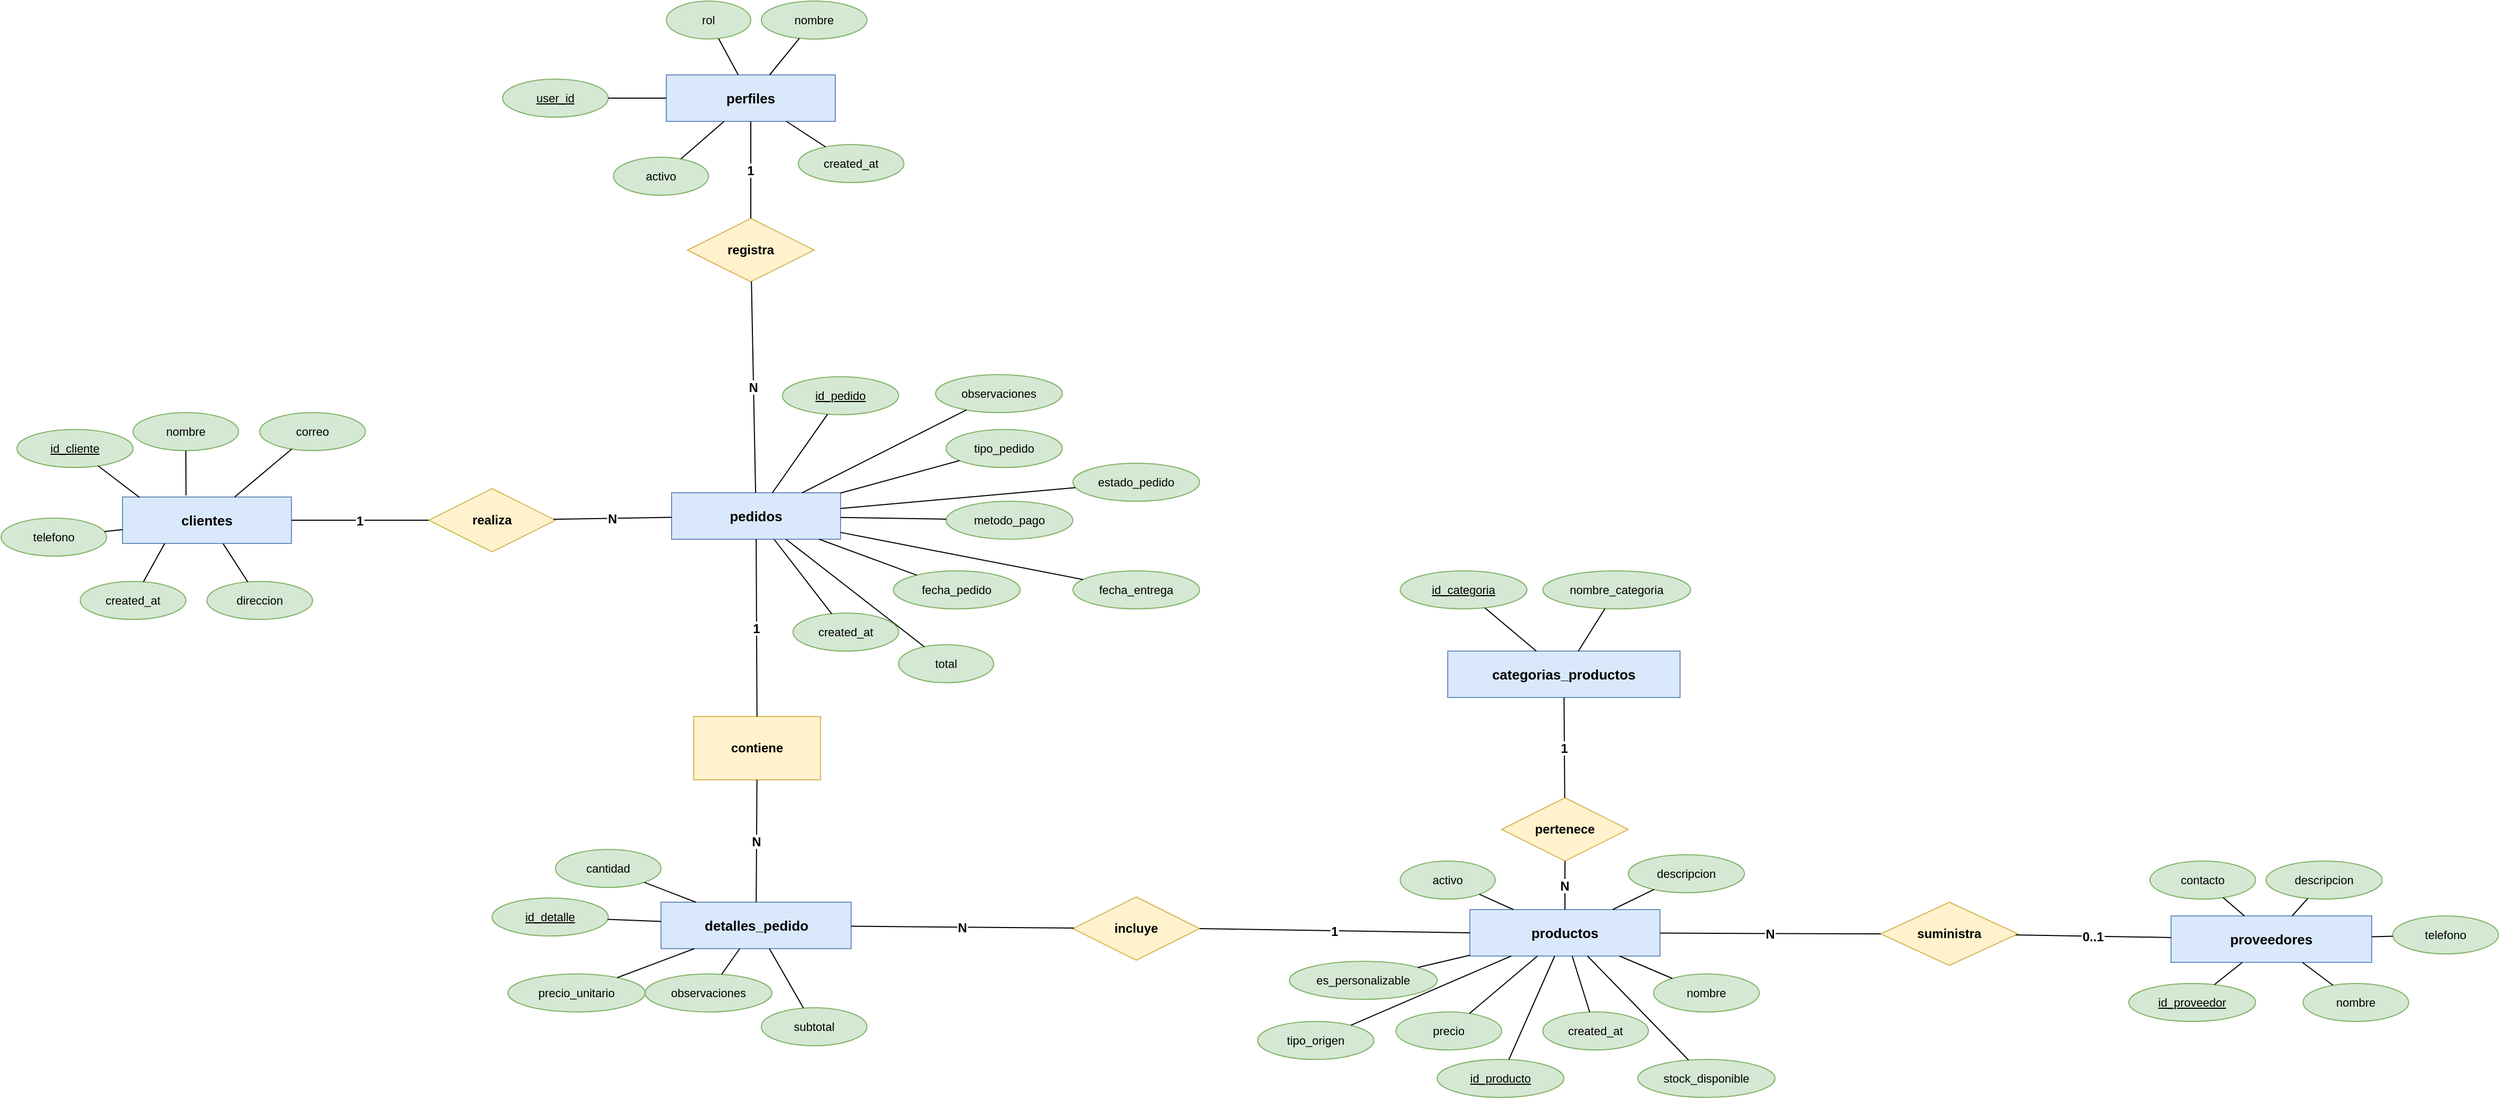
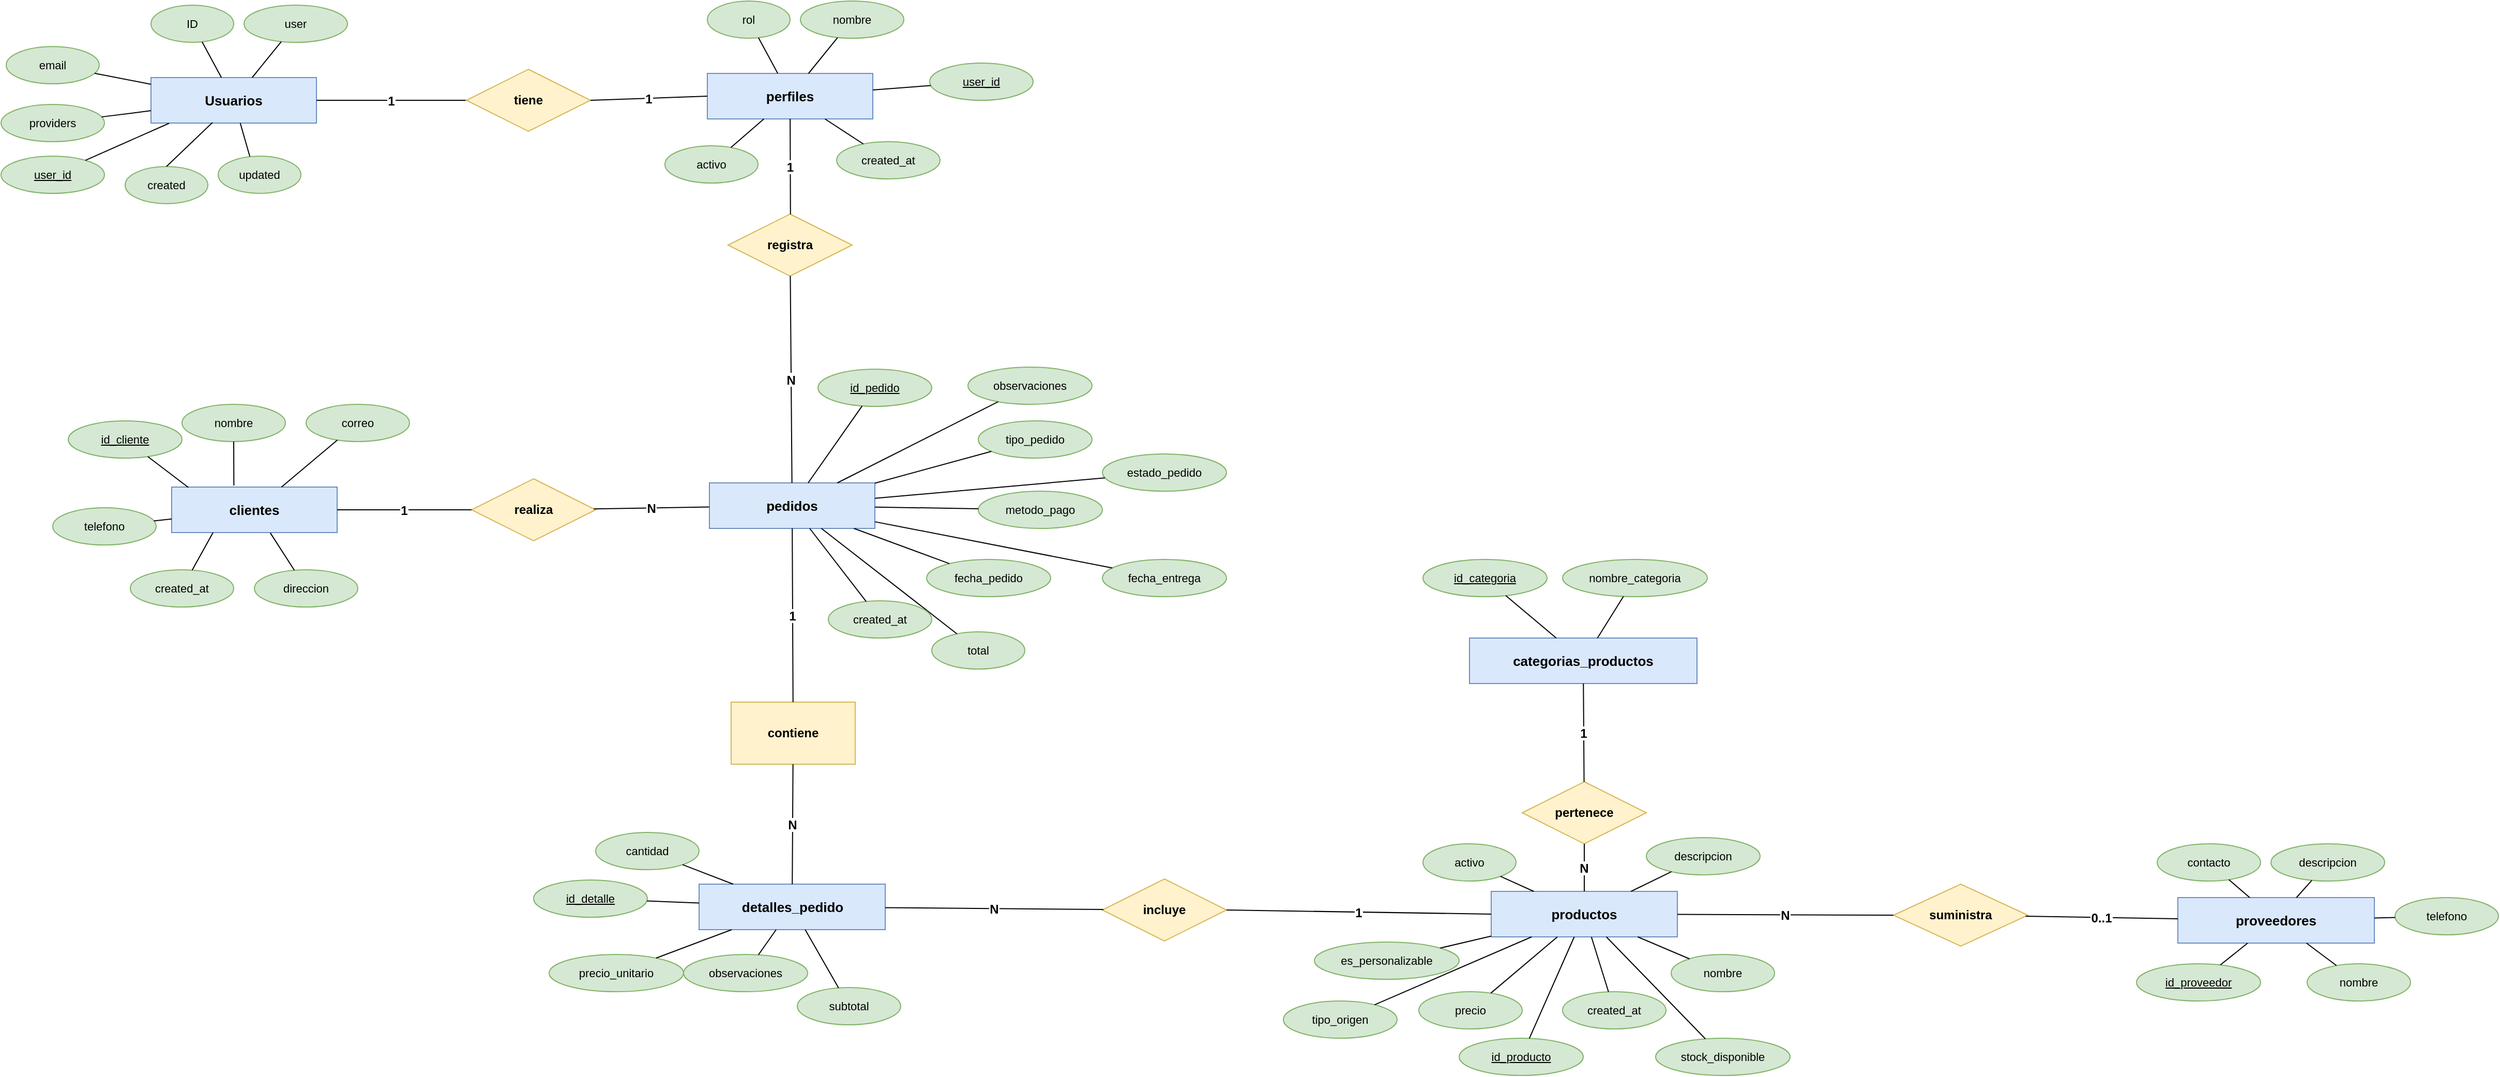
<mxfile host="app.diagrams.net">
  <diagram name="Page-1" id="4TEUIhRNuxxdLAhBHsUq">
-     <mxGraphModel dx="1162" dy="490" grid="1" gridSize="10" guides="1" tooltips="1" connect="1" arrows="1" fold="1" page="1" pageScale="1" pageWidth="850" pageHeight="1100" math="0" shadow="0">
+     <mxGraphModel dx="2429" dy="1025" grid="1" gridSize="10" guides="1" tooltips="1" connect="1" arrows="1" fold="1" page="1" pageScale="1" pageWidth="850" pageHeight="1100" math="0" shadow="0">
      <root>
        <mxCell id="0" />
        <mxCell id="1" parent="0" />
        <mxCell id="g56VIgIW9YPAZs1RWv-3-1" parent="1" style="shape=mxgraph.erd.entity;whiteSpace=wrap;html=1;fillColor=#dae8fc;strokeColor=#6c8ebf;fontSize=13;fontStyle=1;" value="categorias_productos" vertex="1">
          <mxGeometry height="44" width="220" x="1980" y="1026" as="geometry" />
        </mxCell>
        <mxCell id="g56VIgIW9YPAZs1RWv-3-2" parent="1" style="ellipse;whiteSpace=wrap;html=1;fillColor=#d5e8d4;strokeColor=#82b366;fontSize=11;fontStyle=4;" value="id_categoria" vertex="1">
          <mxGeometry height="36" width="120" x="1935" y="950" as="geometry" />
        </mxCell>
        <mxCell id="g56VIgIW9YPAZs1RWv-3-3" edge="1" parent="1" source="g56VIgIW9YPAZs1RWv-3-1" style="endArrow=none;endFill=0;" target="g56VIgIW9YPAZs1RWv-3-2">
          <mxGeometry relative="1" as="geometry" />
        </mxCell>
        <mxCell id="g56VIgIW9YPAZs1RWv-3-4" parent="1" style="ellipse;whiteSpace=wrap;html=1;fillColor=#d5e8d4;strokeColor=#82b366;fontSize=11;" value="nombre_categoria" vertex="1">
          <mxGeometry height="36" width="140" x="2070" y="950" as="geometry" />
        </mxCell>
        <mxCell id="g56VIgIW9YPAZs1RWv-3-5" edge="1" parent="1" source="g56VIgIW9YPAZs1RWv-3-1" style="endArrow=none;endFill=0;" target="g56VIgIW9YPAZs1RWv-3-4">
          <mxGeometry relative="1" as="geometry" />
        </mxCell>
        <mxCell id="g56VIgIW9YPAZs1RWv-3-6" parent="1" style="shape=mxgraph.erd.entity;whiteSpace=wrap;html=1;fillColor=#dae8fc;strokeColor=#6c8ebf;fontSize=13;fontStyle=1;" value="proveedores" vertex="1">
          <mxGeometry height="44" width="190" x="2665" y="1277" as="geometry" />
        </mxCell>
        <mxCell id="g56VIgIW9YPAZs1RWv-3-7" parent="1" style="ellipse;whiteSpace=wrap;html=1;fillColor=#d5e8d4;strokeColor=#82b366;fontSize=11;fontStyle=4;" value="id_proveedor" vertex="1">
          <mxGeometry height="36" width="120" x="2625" y="1341" as="geometry" />
        </mxCell>
        <mxCell id="g56VIgIW9YPAZs1RWv-3-8" edge="1" parent="1" source="g56VIgIW9YPAZs1RWv-3-6" style="endArrow=none;endFill=0;" target="g56VIgIW9YPAZs1RWv-3-7">
          <mxGeometry relative="1" as="geometry" />
        </mxCell>
        <mxCell id="g56VIgIW9YPAZs1RWv-3-9" parent="1" style="ellipse;whiteSpace=wrap;html=1;fillColor=#d5e8d4;strokeColor=#82b366;fontSize=11;" value="nombre" vertex="1">
          <mxGeometry height="36" width="100" x="2790" y="1341" as="geometry" />
        </mxCell>
        <mxCell id="g56VIgIW9YPAZs1RWv-3-10" edge="1" parent="1" source="g56VIgIW9YPAZs1RWv-3-6" style="endArrow=none;endFill=0;" target="g56VIgIW9YPAZs1RWv-3-9">
          <mxGeometry relative="1" as="geometry" />
        </mxCell>
        <mxCell id="g56VIgIW9YPAZs1RWv-3-11" parent="1" style="ellipse;whiteSpace=wrap;html=1;fillColor=#d5e8d4;strokeColor=#82b366;fontSize=11;" value="telefono" vertex="1">
          <mxGeometry height="36" width="100" x="2875" y="1277" as="geometry" />
        </mxCell>
        <mxCell id="g56VIgIW9YPAZs1RWv-3-12" edge="1" parent="1" source="g56VIgIW9YPAZs1RWv-3-6" style="endArrow=none;endFill=0;" target="g56VIgIW9YPAZs1RWv-3-11">
          <mxGeometry relative="1" as="geometry" />
        </mxCell>
        <mxCell id="g56VIgIW9YPAZs1RWv-3-13" parent="1" style="ellipse;whiteSpace=wrap;html=1;fillColor=#d5e8d4;strokeColor=#82b366;fontSize=11;" value="contacto" vertex="1">
          <mxGeometry height="36" width="100" x="2645" y="1225" as="geometry" />
        </mxCell>
        <mxCell id="g56VIgIW9YPAZs1RWv-3-14" edge="1" parent="1" source="g56VIgIW9YPAZs1RWv-3-6" style="endArrow=none;endFill=0;" target="g56VIgIW9YPAZs1RWv-3-13">
          <mxGeometry relative="1" as="geometry" />
        </mxCell>
        <mxCell id="g56VIgIW9YPAZs1RWv-3-15" parent="1" style="ellipse;whiteSpace=wrap;html=1;fillColor=#d5e8d4;strokeColor=#82b366;fontSize=11;" value="descripcion" vertex="1">
          <mxGeometry height="36" width="110" x="2755" y="1225" as="geometry" />
        </mxCell>
        <mxCell id="g56VIgIW9YPAZs1RWv-3-16" edge="1" parent="1" source="g56VIgIW9YPAZs1RWv-3-6" style="endArrow=none;endFill=0;" target="g56VIgIW9YPAZs1RWv-3-15">
          <mxGeometry relative="1" as="geometry" />
        </mxCell>
        <mxCell id="g56VIgIW9YPAZs1RWv-3-17" parent="1" style="shape=mxgraph.erd.entity;whiteSpace=wrap;html=1;fillColor=#dae8fc;strokeColor=#6c8ebf;fontSize=13;fontStyle=1;" value="productos" vertex="1">
          <mxGeometry height="44" width="180" x="2001" y="1271" as="geometry" />
        </mxCell>
        <mxCell id="g56VIgIW9YPAZs1RWv-3-18" parent="1" style="ellipse;whiteSpace=wrap;html=1;fillColor=#d5e8d4;strokeColor=#82b366;fontSize=11;fontStyle=4;" value="id_producto" vertex="1">
          <mxGeometry height="36" width="120" x="1970" y="1413" as="geometry" />
        </mxCell>
        <mxCell id="g56VIgIW9YPAZs1RWv-3-19" edge="1" parent="1" source="g56VIgIW9YPAZs1RWv-3-17" style="endArrow=none;endFill=0;" target="g56VIgIW9YPAZs1RWv-3-18">
          <mxGeometry relative="1" as="geometry" />
        </mxCell>
        <mxCell id="g56VIgIW9YPAZs1RWv-3-20" parent="1" style="ellipse;whiteSpace=wrap;html=1;fillColor=#d5e8d4;strokeColor=#82b366;fontSize=11;" value="nombre" vertex="1">
          <mxGeometry height="36" width="100" x="2175" y="1332" as="geometry" />
        </mxCell>
        <mxCell id="g56VIgIW9YPAZs1RWv-3-21" edge="1" parent="1" source="g56VIgIW9YPAZs1RWv-3-17" style="endArrow=none;endFill=0;" target="g56VIgIW9YPAZs1RWv-3-20">
          <mxGeometry relative="1" as="geometry" />
        </mxCell>
        <mxCell id="g56VIgIW9YPAZs1RWv-3-22" parent="1" style="ellipse;whiteSpace=wrap;html=1;fillColor=#d5e8d4;strokeColor=#82b366;fontSize=11;" value="precio" vertex="1">
          <mxGeometry height="36" width="100" x="1931" y="1368" as="geometry" />
        </mxCell>
        <mxCell id="g56VIgIW9YPAZs1RWv-3-23" edge="1" parent="1" source="g56VIgIW9YPAZs1RWv-3-17" style="endArrow=none;endFill=0;" target="g56VIgIW9YPAZs1RWv-3-22">
          <mxGeometry relative="1" as="geometry" />
        </mxCell>
        <mxCell id="g56VIgIW9YPAZs1RWv-3-24" parent="1" style="ellipse;whiteSpace=wrap;html=1;fillColor=#d5e8d4;strokeColor=#82b366;fontSize=11;" value="descripcion" vertex="1">
          <mxGeometry height="36" width="110" x="2151" y="1219" as="geometry" />
        </mxCell>
        <mxCell id="g56VIgIW9YPAZs1RWv-3-25" edge="1" parent="1" source="g56VIgIW9YPAZs1RWv-3-17" style="endArrow=none;endFill=0;" target="g56VIgIW9YPAZs1RWv-3-24">
          <mxGeometry relative="1" as="geometry">
            <mxPoint x="2285" y="1225" as="targetPoint" />
          </mxGeometry>
        </mxCell>
        <mxCell id="g56VIgIW9YPAZs1RWv-3-26" parent="1" style="ellipse;whiteSpace=wrap;html=1;fillColor=#d5e8d4;strokeColor=#82b366;fontSize=11;" value="stock_disponible" vertex="1">
          <mxGeometry height="36" width="130" x="2160" y="1413" as="geometry" />
        </mxCell>
        <mxCell id="g56VIgIW9YPAZs1RWv-3-27" edge="1" parent="1" source="g56VIgIW9YPAZs1RWv-3-17" style="endArrow=none;endFill=0;" target="g56VIgIW9YPAZs1RWv-3-26">
          <mxGeometry relative="1" as="geometry" />
        </mxCell>
        <mxCell id="g56VIgIW9YPAZs1RWv-3-28" parent="1" style="ellipse;whiteSpace=wrap;html=1;fillColor=#d5e8d4;strokeColor=#82b366;fontSize=11;" value="tipo_origen" vertex="1">
          <mxGeometry height="36" width="110" x="1800" y="1377" as="geometry" />
        </mxCell>
        <mxCell id="g56VIgIW9YPAZs1RWv-3-29" edge="1" parent="1" source="g56VIgIW9YPAZs1RWv-3-17" style="endArrow=none;endFill=0;" target="g56VIgIW9YPAZs1RWv-3-28">
          <mxGeometry relative="1" as="geometry" />
        </mxCell>
        <mxCell id="g56VIgIW9YPAZs1RWv-3-30" parent="1" style="ellipse;whiteSpace=wrap;html=1;fillColor=#d5e8d4;strokeColor=#82b366;fontSize=11;" value="es_personalizable" vertex="1">
          <mxGeometry height="36" width="140" x="1830" y="1320" as="geometry" />
        </mxCell>
        <mxCell id="g56VIgIW9YPAZs1RWv-3-31" edge="1" parent="1" source="g56VIgIW9YPAZs1RWv-3-17" style="endArrow=none;endFill=0;" target="g56VIgIW9YPAZs1RWv-3-30">
          <mxGeometry relative="1" as="geometry" />
        </mxCell>
        <mxCell id="g56VIgIW9YPAZs1RWv-3-32" parent="1" style="ellipse;whiteSpace=wrap;html=1;fillColor=#d5e8d4;strokeColor=#82b366;fontSize=11;" value="activo" vertex="1">
          <mxGeometry height="36" width="90" x="1935" y="1225" as="geometry" />
        </mxCell>
        <mxCell id="g56VIgIW9YPAZs1RWv-3-33" edge="1" parent="1" source="g56VIgIW9YPAZs1RWv-3-17" style="endArrow=none;endFill=0;" target="g56VIgIW9YPAZs1RWv-3-32">
          <mxGeometry relative="1" as="geometry" />
        </mxCell>
        <mxCell id="g56VIgIW9YPAZs1RWv-3-34" parent="1" style="ellipse;whiteSpace=wrap;html=1;fillColor=#d5e8d4;strokeColor=#82b366;fontSize=11;" value="created_at" vertex="1">
          <mxGeometry height="36" width="100" x="2070" y="1368" as="geometry" />
        </mxCell>
        <mxCell id="g56VIgIW9YPAZs1RWv-3-35" edge="1" parent="1" source="g56VIgIW9YPAZs1RWv-3-17" style="endArrow=none;endFill=0;" target="g56VIgIW9YPAZs1RWv-3-34">
          <mxGeometry relative="1" as="geometry" />
        </mxCell>
        <mxCell id="g56VIgIW9YPAZs1RWv-3-36" parent="1" style="rhombus;whiteSpace=wrap;html=1;fillColor=#fff2cc;strokeColor=#d6b656;fontSize=12;fontStyle=1;" value="pertenece" vertex="1">
          <mxGeometry height="60" width="120" x="2031" y="1165" as="geometry" />
        </mxCell>
        <mxCell id="g56VIgIW9YPAZs1RWv-3-37" edge="1" parent="1" source="g56VIgIW9YPAZs1RWv-3-1" style="fontSize=12;fontStyle=1;endArrow=none;endFill=0;" target="g56VIgIW9YPAZs1RWv-3-36" value="1">
          <mxGeometry relative="1" as="geometry" />
        </mxCell>
        <mxCell id="g56VIgIW9YPAZs1RWv-3-38" edge="1" parent="1" source="g56VIgIW9YPAZs1RWv-3-36" style="fontSize=12;fontStyle=1;endArrow=none;endFill=0;" target="g56VIgIW9YPAZs1RWv-3-17" value="N">
          <mxGeometry relative="1" as="geometry" />
        </mxCell>
        <mxCell id="g56VIgIW9YPAZs1RWv-3-39" parent="1" style="rhombus;whiteSpace=wrap;html=1;fillColor=#fff2cc;strokeColor=#d6b656;fontSize=12;fontStyle=1;" value="suministra" vertex="1">
          <mxGeometry height="60" width="130" x="2390" y="1264" as="geometry" />
        </mxCell>
        <mxCell id="g56VIgIW9YPAZs1RWv-3-40" edge="1" parent="1" source="g56VIgIW9YPAZs1RWv-3-17" style="fontSize=12;fontStyle=1;endArrow=none;endFill=0;entryX=0;entryY=0.5;entryDx=0;entryDy=0;" target="g56VIgIW9YPAZs1RWv-3-39" value="N">
          <mxGeometry relative="1" as="geometry">
            <mxPoint x="2365" y="1289" as="targetPoint" />
          </mxGeometry>
        </mxCell>
        <mxCell id="g56VIgIW9YPAZs1RWv-3-41" edge="1" parent="1" source="g56VIgIW9YPAZs1RWv-3-39" style="fontSize=12;fontStyle=1;endArrow=none;endFill=0;" target="g56VIgIW9YPAZs1RWv-3-6" value="0..1">
          <mxGeometry relative="1" as="geometry" />
        </mxCell>
        <mxCell id="g56VIgIW9YPAZs1RWv-3-42" parent="1" style="shape=mxgraph.erd.entity;whiteSpace=wrap;html=1;fillColor=#dae8fc;strokeColor=#6c8ebf;fontSize=13;fontStyle=1;" value="clientes" vertex="1">
          <mxGeometry height="44" width="160" x="725" y="880" as="geometry" />
        </mxCell>
        <mxCell id="g56VIgIW9YPAZs1RWv-3-43" parent="1" style="ellipse;whiteSpace=wrap;html=1;fillColor=#d5e8d4;strokeColor=#82b366;fontSize=11;fontStyle=4;" value="id_cliente" vertex="1">
          <mxGeometry height="36" width="110" x="625" y="816" as="geometry" />
        </mxCell>
        <mxCell id="g56VIgIW9YPAZs1RWv-3-44" edge="1" parent="1" source="g56VIgIW9YPAZs1RWv-3-42" style="exitX=0.101;exitY=0.009;exitDx=0;exitDy=0;exitPerimeter=0;endArrow=none;endFill=0;" target="g56VIgIW9YPAZs1RWv-3-43">
          <mxGeometry relative="1" as="geometry" />
        </mxCell>
        <mxCell id="g56VIgIW9YPAZs1RWv-3-45" parent="1" style="ellipse;whiteSpace=wrap;html=1;fillColor=#d5e8d4;strokeColor=#82b366;fontSize=11;" value="nombre" vertex="1">
          <mxGeometry height="36" width="100" x="735" y="800" as="geometry" />
        </mxCell>
        <mxCell id="g56VIgIW9YPAZs1RWv-3-46" edge="1" parent="1" source="g56VIgIW9YPAZs1RWv-3-42" style="exitX=0.376;exitY=-0.035;exitDx=0;exitDy=0;exitPerimeter=0;endArrow=none;endFill=0;" target="g56VIgIW9YPAZs1RWv-3-45">
          <mxGeometry relative="1" as="geometry" />
        </mxCell>
        <mxCell id="g56VIgIW9YPAZs1RWv-3-47" parent="1" style="ellipse;whiteSpace=wrap;html=1;fillColor=#d5e8d4;strokeColor=#82b366;fontSize=11;" value="telefono" vertex="1">
          <mxGeometry height="36" width="100" x="610" y="900" as="geometry" />
        </mxCell>
        <mxCell id="g56VIgIW9YPAZs1RWv-3-48" edge="1" parent="1" source="g56VIgIW9YPAZs1RWv-3-42" style="endArrow=none;endFill=0;" target="g56VIgIW9YPAZs1RWv-3-47">
          <mxGeometry relative="1" as="geometry" />
        </mxCell>
        <mxCell id="g56VIgIW9YPAZs1RWv-3-49" parent="1" style="ellipse;whiteSpace=wrap;html=1;fillColor=#d5e8d4;strokeColor=#82b366;fontSize=11;" value="correo" vertex="1">
          <mxGeometry height="36" width="100" x="855" y="800" as="geometry" />
        </mxCell>
        <mxCell id="g56VIgIW9YPAZs1RWv-3-50" edge="1" parent="1" source="g56VIgIW9YPAZs1RWv-3-42" style="endArrow=none;endFill=0;" target="g56VIgIW9YPAZs1RWv-3-49">
          <mxGeometry relative="1" as="geometry" />
        </mxCell>
        <mxCell id="g56VIgIW9YPAZs1RWv-3-51" parent="1" style="ellipse;whiteSpace=wrap;html=1;fillColor=#d5e8d4;strokeColor=#82b366;fontSize=11;" value="direccion" vertex="1">
          <mxGeometry height="36" width="100" x="805" y="960" as="geometry" />
        </mxCell>
        <mxCell id="g56VIgIW9YPAZs1RWv-3-52" edge="1" parent="1" source="g56VIgIW9YPAZs1RWv-3-42" style="exitX=0.596;exitY=1.007;exitDx=0;exitDy=0;exitPerimeter=0;endArrow=none;endFill=0;" target="g56VIgIW9YPAZs1RWv-3-51">
          <mxGeometry relative="1" as="geometry">
            <mxPoint x="823" y="921" as="sourcePoint" />
          </mxGeometry>
        </mxCell>
        <mxCell id="g56VIgIW9YPAZs1RWv-3-53" parent="1" style="ellipse;whiteSpace=wrap;html=1;fillColor=#d5e8d4;strokeColor=#82b366;fontSize=11;" value="created_at" vertex="1">
          <mxGeometry height="36" width="100" x="685" y="960" as="geometry" />
        </mxCell>
        <mxCell id="g56VIgIW9YPAZs1RWv-3-54" edge="1" parent="1" source="g56VIgIW9YPAZs1RWv-3-42" style="exitX=0.25;exitY=1;exitDx=0;exitDy=0;endArrow=none;endFill=0;" target="g56VIgIW9YPAZs1RWv-3-53">
          <mxGeometry relative="1" as="geometry" />
        </mxCell>
        <mxCell id="g56VIgIW9YPAZs1RWv-3-55" parent="1" style="shape=mxgraph.erd.entity;whiteSpace=wrap;html=1;fillColor=#dae8fc;strokeColor=#6c8ebf;fontSize=13;fontStyle=1;" value="perfiles" vertex="1">
-           <mxGeometry height="44" width="160" x="1240" y="480" as="geometry" />
+           <mxGeometry height="44" width="160" x="1243" y="480" as="geometry" />
        </mxCell>
        <mxCell id="g56VIgIW9YPAZs1RWv-3-56" parent="1" style="ellipse;whiteSpace=wrap;html=1;fillColor=#d5e8d4;strokeColor=#82b366;fontSize=11;fontStyle=4;" value="user_id" vertex="1">
-           <mxGeometry height="36" width="100" x="1085" y="484" as="geometry" />
+           <mxGeometry height="36" width="100" x="1458" y="470" as="geometry" />
        </mxCell>
        <mxCell id="g56VIgIW9YPAZs1RWv-3-57" edge="1" parent="1" source="g56VIgIW9YPAZs1RWv-3-55" style="endArrow=none;endFill=0;" target="g56VIgIW9YPAZs1RWv-3-56">
          <mxGeometry relative="1" as="geometry" />
        </mxCell>
        <mxCell id="g56VIgIW9YPAZs1RWv-3-58" parent="1" style="ellipse;whiteSpace=wrap;html=1;fillColor=#d5e8d4;strokeColor=#82b366;fontSize=11;" value="nombre" vertex="1">
-           <mxGeometry height="36" width="100" x="1330" y="410" as="geometry" />
+           <mxGeometry height="36" width="100" x="1333" y="410" as="geometry" />
        </mxCell>
        <mxCell id="g56VIgIW9YPAZs1RWv-3-59" edge="1" parent="1" source="g56VIgIW9YPAZs1RWv-3-55" style="endArrow=none;endFill=0;" target="g56VIgIW9YPAZs1RWv-3-58">
          <mxGeometry relative="1" as="geometry" />
        </mxCell>
        <mxCell id="g56VIgIW9YPAZs1RWv-3-60" parent="1" style="ellipse;whiteSpace=wrap;html=1;fillColor=#d5e8d4;strokeColor=#82b366;fontSize=11;" value="rol" vertex="1">
-           <mxGeometry height="36" width="80" x="1240" y="410" as="geometry" />
+           <mxGeometry height="36" width="80" x="1243" y="410" as="geometry" />
        </mxCell>
        <mxCell id="g56VIgIW9YPAZs1RWv-3-61" edge="1" parent="1" source="g56VIgIW9YPAZs1RWv-3-55" style="endArrow=none;endFill=0;" target="g56VIgIW9YPAZs1RWv-3-60">
          <mxGeometry relative="1" as="geometry" />
        </mxCell>
        <mxCell id="g56VIgIW9YPAZs1RWv-3-62" parent="1" style="ellipse;whiteSpace=wrap;html=1;fillColor=#d5e8d4;strokeColor=#82b366;fontSize=11;" value="activo" vertex="1">
-           <mxGeometry height="36" width="90" x="1190" y="558" as="geometry" />
+           <mxGeometry height="36" width="90" x="1202" y="550" as="geometry" />
        </mxCell>
        <mxCell id="g56VIgIW9YPAZs1RWv-3-63" edge="1" parent="1" source="g56VIgIW9YPAZs1RWv-3-55" style="endArrow=none;endFill=0;" target="g56VIgIW9YPAZs1RWv-3-62">
          <mxGeometry relative="1" as="geometry" />
        </mxCell>
        <mxCell id="g56VIgIW9YPAZs1RWv-3-64" parent="1" style="ellipse;whiteSpace=wrap;html=1;fillColor=#d5e8d4;strokeColor=#82b366;fontSize=11;" value="created_at" vertex="1">
-           <mxGeometry height="36" width="100" x="1365" y="546" as="geometry" />
+           <mxGeometry height="36" width="100" x="1368" y="546" as="geometry" />
        </mxCell>
        <mxCell id="g56VIgIW9YPAZs1RWv-3-65" edge="1" parent="1" source="g56VIgIW9YPAZs1RWv-3-55" style="endArrow=none;endFill=0;" target="g56VIgIW9YPAZs1RWv-3-64">
          <mxGeometry relative="1" as="geometry" />
        </mxCell>
        <mxCell id="g56VIgIW9YPAZs1RWv-3-66" parent="1" style="shape=mxgraph.erd.entity;whiteSpace=wrap;html=1;fillColor=#dae8fc;strokeColor=#6c8ebf;fontSize=13;fontStyle=1;" value="pedidos" vertex="1">
          <mxGeometry height="44" width="160" x="1245" y="876" as="geometry" />
        </mxCell>
        <mxCell id="g56VIgIW9YPAZs1RWv-3-67" parent="1" style="ellipse;whiteSpace=wrap;html=1;fillColor=#d5e8d4;strokeColor=#82b366;fontSize=11;fontStyle=4;" value="id_pedido" vertex="1">
          <mxGeometry height="36" width="110" x="1350" y="766" as="geometry" />
        </mxCell>
        <mxCell id="g56VIgIW9YPAZs1RWv-3-68" edge="1" parent="1" source="g56VIgIW9YPAZs1RWv-3-66" style="endArrow=none;endFill=0;" target="g56VIgIW9YPAZs1RWv-3-67">
          <mxGeometry relative="1" as="geometry" />
        </mxCell>
        <mxCell id="g56VIgIW9YPAZs1RWv-3-69" parent="1" style="ellipse;whiteSpace=wrap;html=1;fillColor=#d5e8d4;strokeColor=#82b366;fontSize=11;" value="tipo_pedido" vertex="1">
          <mxGeometry height="36" width="110" x="1505" y="816" as="geometry" />
        </mxCell>
        <mxCell id="g56VIgIW9YPAZs1RWv-3-70" edge="1" parent="1" source="g56VIgIW9YPAZs1RWv-3-66" style="endArrow=none;endFill=0;" target="g56VIgIW9YPAZs1RWv-3-69">
          <mxGeometry relative="1" as="geometry" />
        </mxCell>
        <mxCell id="g56VIgIW9YPAZs1RWv-3-71" parent="1" style="ellipse;whiteSpace=wrap;html=1;fillColor=#d5e8d4;strokeColor=#82b366;fontSize=11;" value="estado_pedido" vertex="1">
          <mxGeometry height="36" width="120" x="1625" y="848" as="geometry" />
        </mxCell>
        <mxCell id="g56VIgIW9YPAZs1RWv-3-72" edge="1" parent="1" source="g56VIgIW9YPAZs1RWv-3-66" style="endArrow=none;endFill=0;" target="g56VIgIW9YPAZs1RWv-3-71">
          <mxGeometry relative="1" as="geometry" />
        </mxCell>
        <mxCell id="g56VIgIW9YPAZs1RWv-3-73" parent="1" style="ellipse;whiteSpace=wrap;html=1;fillColor=#d5e8d4;strokeColor=#82b366;fontSize=11;" value="metodo_pago" vertex="1">
          <mxGeometry height="36" width="120" x="1505" y="884" as="geometry" />
        </mxCell>
        <mxCell id="g56VIgIW9YPAZs1RWv-3-74" edge="1" parent="1" source="g56VIgIW9YPAZs1RWv-3-66" style="endArrow=none;endFill=0;" target="g56VIgIW9YPAZs1RWv-3-73">
          <mxGeometry relative="1" as="geometry" />
        </mxCell>
        <mxCell id="g56VIgIW9YPAZs1RWv-3-75" parent="1" style="ellipse;whiteSpace=wrap;html=1;fillColor=#d5e8d4;strokeColor=#82b366;fontSize=11;" value="fecha_pedido" vertex="1">
          <mxGeometry height="36" width="120" x="1455" y="950" as="geometry" />
        </mxCell>
        <mxCell id="g56VIgIW9YPAZs1RWv-3-76" edge="1" parent="1" source="g56VIgIW9YPAZs1RWv-3-66" style="endArrow=none;endFill=0;" target="g56VIgIW9YPAZs1RWv-3-75">
          <mxGeometry relative="1" as="geometry" />
        </mxCell>
        <mxCell id="g56VIgIW9YPAZs1RWv-3-77" parent="1" style="ellipse;whiteSpace=wrap;html=1;fillColor=#d5e8d4;strokeColor=#82b366;fontSize=11;" value="fecha_entrega" vertex="1">
          <mxGeometry height="36" width="120" x="1625" y="950" as="geometry" />
        </mxCell>
        <mxCell id="g56VIgIW9YPAZs1RWv-3-78" edge="1" parent="1" source="g56VIgIW9YPAZs1RWv-3-66" style="endArrow=none;endFill=0;" target="g56VIgIW9YPAZs1RWv-3-77">
          <mxGeometry relative="1" as="geometry" />
        </mxCell>
        <mxCell id="g56VIgIW9YPAZs1RWv-3-79" parent="1" style="ellipse;whiteSpace=wrap;html=1;fillColor=#d5e8d4;strokeColor=#82b366;fontSize=11;" value="total" vertex="1">
          <mxGeometry height="36" width="90" x="1460" y="1020" as="geometry" />
        </mxCell>
        <mxCell id="g56VIgIW9YPAZs1RWv-3-80" edge="1" parent="1" source="g56VIgIW9YPAZs1RWv-3-66" style="endArrow=none;endFill=0;" target="g56VIgIW9YPAZs1RWv-3-79">
          <mxGeometry relative="1" as="geometry" />
        </mxCell>
        <mxCell id="g56VIgIW9YPAZs1RWv-3-81" parent="1" style="ellipse;whiteSpace=wrap;html=1;fillColor=#d5e8d4;strokeColor=#82b366;fontSize=11;" value="observaciones" vertex="1">
          <mxGeometry height="36" width="120" x="1495" y="764" as="geometry" />
        </mxCell>
        <mxCell id="g56VIgIW9YPAZs1RWv-3-82" edge="1" parent="1" source="g56VIgIW9YPAZs1RWv-3-66" style="endArrow=none;endFill=0;" target="g56VIgIW9YPAZs1RWv-3-81">
          <mxGeometry relative="1" as="geometry" />
        </mxCell>
        <mxCell id="g56VIgIW9YPAZs1RWv-3-83" parent="1" style="ellipse;whiteSpace=wrap;html=1;fillColor=#d5e8d4;strokeColor=#82b366;fontSize=11;" value="created_at" vertex="1">
          <mxGeometry height="36" width="100" x="1360" y="990" as="geometry" />
        </mxCell>
        <mxCell id="g56VIgIW9YPAZs1RWv-3-84" edge="1" parent="1" source="g56VIgIW9YPAZs1RWv-3-66" style="endArrow=none;endFill=0;" target="g56VIgIW9YPAZs1RWv-3-83">
          <mxGeometry relative="1" as="geometry" />
        </mxCell>
        <mxCell id="g56VIgIW9YPAZs1RWv-3-85" parent="1" style="rhombus;whiteSpace=wrap;html=1;fillColor=#fff2cc;strokeColor=#d6b656;fontSize=12;fontStyle=1;" value="realiza" vertex="1">
          <mxGeometry height="60" width="120" x="1015" y="872" as="geometry" />
        </mxCell>
        <mxCell id="g56VIgIW9YPAZs1RWv-3-86" edge="1" parent="1" source="g56VIgIW9YPAZs1RWv-3-42" style="fontSize=12;fontStyle=1;endArrow=none;endFill=0;" target="g56VIgIW9YPAZs1RWv-3-85" value="1">
          <mxGeometry relative="1" as="geometry" />
        </mxCell>
        <mxCell id="g56VIgIW9YPAZs1RWv-3-87" edge="1" parent="1" source="g56VIgIW9YPAZs1RWv-3-85" style="fontSize=12;fontStyle=1;endArrow=none;endFill=0;" target="g56VIgIW9YPAZs1RWv-3-66" value="N">
          <mxGeometry relative="1" as="geometry" />
        </mxCell>
        <mxCell id="g56VIgIW9YPAZs1RWv-3-88" parent="1" style="rhombus;whiteSpace=wrap;html=1;fillColor=#fff2cc;strokeColor=#d6b656;fontSize=12;fontStyle=1;" value="registra" vertex="1">
-           <mxGeometry height="60" width="120" x="1260" y="616" as="geometry" />
-         </mxCell>
-         <mxCell id="g56VIgIW9YPAZs1RWv-3-89" edge="1" parent="1" source="g56VIgIW9YPAZs1RWv-3-55" style="fontSize=12;fontStyle=1;endArrow=none;endFill=0;" target="g56VIgIW9YPAZs1RWv-3-88" value="1">
-           <mxGeometry relative="1" as="geometry" />
+           <mxGeometry height="60" width="120" x="1263" y="616" as="geometry" />
+         </mxCell>
+         <mxCell id="g56VIgIW9YPAZs1RWv-3-89" edge="1" parent="1" source="g56VIgIW9YPAZs1RWv-3-55" style="fontSize=12;fontStyle=1;endArrow=none;endFill=0;" value="1">
+           <mxGeometry relative="1" as="geometry">
+             <mxPoint x="1323.3814432989689" y="616.3092783505153" as="targetPoint" />
+           </mxGeometry>
        </mxCell>
        <mxCell id="g56VIgIW9YPAZs1RWv-3-90" edge="1" parent="1" source="g56VIgIW9YPAZs1RWv-3-88" style="fontSize=12;fontStyle=1;endArrow=none;endFill=0;" target="g56VIgIW9YPAZs1RWv-3-66" value="N">
          <mxGeometry relative="1" as="geometry" />
        </mxCell>
        <mxCell id="g56VIgIW9YPAZs1RWv-3-91" parent="1" style="shape=mxgraph.erd.weakEntity;whiteSpace=wrap;html=1;fillColor=#dae8fc;strokeColor=#6c8ebf;fontSize=13;" value="" vertex="1">
          <mxGeometry height="44" width="180" x="1235" y="1264" as="geometry" />
        </mxCell>
        <mxCell id="g56VIgIW9YPAZs1RWv-3-92" parent="1" style="text;html=1;align=center;verticalAlign=middle;resizable=0;points=[];autosize=1;strokeColor=none;fillColor=none;fontSize=13;fontStyle=1;" value="detalles_pedido" vertex="1">
          <mxGeometry height="44" width="180" x="1235" y="1264" as="geometry" />
        </mxCell>
        <mxCell id="g56VIgIW9YPAZs1RWv-3-93" parent="1" style="ellipse;whiteSpace=wrap;html=1;fillColor=#d5e8d4;strokeColor=#82b366;fontSize=11;fontStyle=4;" value="id_detalle" vertex="1">
          <mxGeometry height="36" width="110" x="1075" y="1260" as="geometry" />
        </mxCell>
        <mxCell id="g56VIgIW9YPAZs1RWv-3-94" edge="1" parent="1" source="g56VIgIW9YPAZs1RWv-3-91" style="endArrow=none;endFill=0;" target="g56VIgIW9YPAZs1RWv-3-93">
          <mxGeometry relative="1" as="geometry" />
        </mxCell>
        <mxCell id="g56VIgIW9YPAZs1RWv-3-95" parent="1" style="ellipse;whiteSpace=wrap;html=1;fillColor=#d5e8d4;strokeColor=#82b366;fontSize=11;" value="cantidad" vertex="1">
          <mxGeometry height="36" width="100" x="1135" y="1214" as="geometry" />
        </mxCell>
        <mxCell id="g56VIgIW9YPAZs1RWv-3-96" edge="1" parent="1" source="g56VIgIW9YPAZs1RWv-3-91" style="endArrow=none;endFill=0;" target="g56VIgIW9YPAZs1RWv-3-95">
          <mxGeometry relative="1" as="geometry" />
        </mxCell>
        <mxCell id="g56VIgIW9YPAZs1RWv-3-97" parent="1" style="ellipse;whiteSpace=wrap;html=1;fillColor=#d5e8d4;strokeColor=#82b366;fontSize=11;" value="precio_unitario" vertex="1">
          <mxGeometry height="36" width="130" x="1090" y="1332" as="geometry" />
        </mxCell>
        <mxCell id="g56VIgIW9YPAZs1RWv-3-98" edge="1" parent="1" source="g56VIgIW9YPAZs1RWv-3-91" style="endArrow=none;endFill=0;" target="g56VIgIW9YPAZs1RWv-3-97">
          <mxGeometry relative="1" as="geometry" />
        </mxCell>
        <mxCell id="g56VIgIW9YPAZs1RWv-3-99" parent="1" style="ellipse;whiteSpace=wrap;html=1;fillColor=#d5e8d4;strokeColor=#82b366;fontSize=11;" value="subtotal" vertex="1">
          <mxGeometry height="36" width="100" x="1330" y="1364" as="geometry" />
        </mxCell>
        <mxCell id="g56VIgIW9YPAZs1RWv-3-100" edge="1" parent="1" source="g56VIgIW9YPAZs1RWv-3-91" style="endArrow=none;endFill=0;" target="g56VIgIW9YPAZs1RWv-3-99">
          <mxGeometry relative="1" as="geometry" />
        </mxCell>
        <mxCell id="g56VIgIW9YPAZs1RWv-3-101" parent="1" style="ellipse;whiteSpace=wrap;html=1;fillColor=#d5e8d4;strokeColor=#82b366;fontSize=11;" value="observaciones" vertex="1">
          <mxGeometry height="36" width="120" x="1220" y="1332" as="geometry" />
        </mxCell>
        <mxCell id="g56VIgIW9YPAZs1RWv-3-102" edge="1" parent="1" source="g56VIgIW9YPAZs1RWv-3-91" style="endArrow=none;endFill=0;" target="g56VIgIW9YPAZs1RWv-3-101">
          <mxGeometry relative="1" as="geometry" />
        </mxCell>
        <mxCell id="g56VIgIW9YPAZs1RWv-3-103" parent="1" style="shape=mxgraph.erd.weakRelationship;whiteSpace=wrap;html=1;fillColor=#fff2cc;strokeColor=#d6b656;fontSize=12;fontStyle=1;" value="contiene" vertex="1">
          <mxGeometry height="60" width="120" x="1266" y="1088" as="geometry" />
        </mxCell>
        <mxCell id="g56VIgIW9YPAZs1RWv-3-104" edge="1" parent="1" source="g56VIgIW9YPAZs1RWv-3-66" style="fontSize=12;fontStyle=1;endArrow=none;endFill=0;" target="g56VIgIW9YPAZs1RWv-3-103" value="1">
          <mxGeometry relative="1" as="geometry" />
        </mxCell>
        <mxCell id="g56VIgIW9YPAZs1RWv-3-105" edge="1" parent="1" source="g56VIgIW9YPAZs1RWv-3-103" style="fontSize=12;fontStyle=1;endArrow=none;endFill=0;" target="g56VIgIW9YPAZs1RWv-3-91" value="N">
          <mxGeometry relative="1" as="geometry" />
        </mxCell>
        <mxCell id="g56VIgIW9YPAZs1RWv-3-106" parent="1" style="rhombus;whiteSpace=wrap;html=1;fillColor=#fff2cc;strokeColor=#d6b656;fontSize=12;fontStyle=1;" value="incluye" vertex="1">
          <mxGeometry height="60" width="120" x="1625" y="1259" as="geometry" />
        </mxCell>
        <mxCell id="g56VIgIW9YPAZs1RWv-3-107" edge="1" parent="1" source="g56VIgIW9YPAZs1RWv-3-91" style="fontSize=12;fontStyle=1;endArrow=none;endFill=0;" target="g56VIgIW9YPAZs1RWv-3-106" value="N">
          <mxGeometry relative="1" as="geometry" />
        </mxCell>
        <mxCell id="g56VIgIW9YPAZs1RWv-3-108" edge="1" parent="1" source="g56VIgIW9YPAZs1RWv-3-106" style="fontSize=12;fontStyle=1;exitX=1;exitY=0.5;exitDx=0;exitDy=0;entryX=0;entryY=0.5;entryDx=0;entryDy=0;endArrow=none;endFill=0;" target="g56VIgIW9YPAZs1RWv-3-17" value="1">
          <mxGeometry relative="1" as="geometry" />
+         </mxCell>
+         <mxCell id="78cZGcAPN7u5tcTYaLKT-5" parent="1" style="shape=mxgraph.erd.entity;whiteSpace=wrap;html=1;fillColor=#dae8fc;strokeColor=#6c8ebf;fontSize=13;fontStyle=1;" value="Usuarios" vertex="1">
+           <mxGeometry height="44" width="160" x="705" y="484" as="geometry" />
+         </mxCell>
+         <mxCell id="78cZGcAPN7u5tcTYaLKT-6" parent="1" style="ellipse;whiteSpace=wrap;html=1;fillColor=#d5e8d4;strokeColor=#82b366;fontSize=11;fontStyle=4;" value="user_id" vertex="1">
+           <mxGeometry height="36" width="100" x="560" y="560" as="geometry" />
+         </mxCell>
+         <mxCell id="78cZGcAPN7u5tcTYaLKT-8" parent="1" style="ellipse;whiteSpace=wrap;html=1;fillColor=#d5e8d4;strokeColor=#82b366;fontSize=11;" value="user" vertex="1">
+           <mxGeometry height="36" width="100" x="795" y="414" as="geometry" />
+         </mxCell>
+         <mxCell id="78cZGcAPN7u5tcTYaLKT-9" edge="1" parent="1" source="78cZGcAPN7u5tcTYaLKT-5" style="endArrow=none;endFill=0;" target="78cZGcAPN7u5tcTYaLKT-8">
+           <mxGeometry relative="1" as="geometry" />
+         </mxCell>
+         <mxCell id="78cZGcAPN7u5tcTYaLKT-10" parent="1" style="ellipse;whiteSpace=wrap;html=1;fillColor=#d5e8d4;strokeColor=#82b366;fontSize=11;" value="ID" vertex="1">
+           <mxGeometry height="36" width="80" x="705" y="414" as="geometry" />
+         </mxCell>
+         <mxCell id="78cZGcAPN7u5tcTYaLKT-11" edge="1" parent="1" source="78cZGcAPN7u5tcTYaLKT-5" style="endArrow=none;endFill=0;" target="78cZGcAPN7u5tcTYaLKT-10">
+           <mxGeometry relative="1" as="geometry" />
+         </mxCell>
+         <mxCell id="78cZGcAPN7u5tcTYaLKT-12" parent="1" style="ellipse;whiteSpace=wrap;html=1;fillColor=#d5e8d4;strokeColor=#82b366;fontSize=11;" value="email" vertex="1">
+           <mxGeometry height="36" width="90" x="565" y="454" as="geometry" />
+         </mxCell>
+         <mxCell id="78cZGcAPN7u5tcTYaLKT-13" edge="1" parent="1" source="78cZGcAPN7u5tcTYaLKT-5" style="endArrow=none;endFill=0;" target="78cZGcAPN7u5tcTYaLKT-12">
+           <mxGeometry relative="1" as="geometry" />
+         </mxCell>
+         <mxCell id="78cZGcAPN7u5tcTYaLKT-14" parent="1" style="ellipse;whiteSpace=wrap;html=1;fillColor=#d5e8d4;strokeColor=#82b366;fontSize=11;" value="providers" vertex="1">
+           <mxGeometry height="36" width="100" x="560" y="510" as="geometry" />
+         </mxCell>
+         <mxCell id="78cZGcAPN7u5tcTYaLKT-15" edge="1" parent="1" source="78cZGcAPN7u5tcTYaLKT-5" style="endArrow=none;endFill=0;" target="78cZGcAPN7u5tcTYaLKT-14">
+           <mxGeometry relative="1" as="geometry" />
+         </mxCell>
+         <mxCell id="78cZGcAPN7u5tcTYaLKT-16" edge="1" parent="1" source="78cZGcAPN7u5tcTYaLKT-5" style="fontSize=12;fontStyle=1;endArrow=none;endFill=0;entryX=0;entryY=0.5;entryDx=0;entryDy=0;" target="78cZGcAPN7u5tcTYaLKT-17" value="1">
+           <mxGeometry relative="1" as="geometry">
+             <mxPoint x="785" y="620" as="targetPoint" />
+           </mxGeometry>
+         </mxCell>
+         <mxCell id="78cZGcAPN7u5tcTYaLKT-17" parent="1" style="rhombus;whiteSpace=wrap;html=1;fillColor=#fff2cc;strokeColor=#d6b656;fontSize=12;fontStyle=1;" value="tiene" vertex="1">
+           <mxGeometry height="60" width="120" x="1010" y="476" as="geometry" />
+         </mxCell>
+         <mxCell id="78cZGcAPN7u5tcTYaLKT-18" edge="1" parent="1" source="78cZGcAPN7u5tcTYaLKT-17" style="fontSize=12;fontStyle=1;endArrow=none;endFill=0;entryX=0;entryY=0.5;entryDx=0;entryDy=0;exitX=1;exitY=0.5;exitDx=0;exitDy=0;" target="g56VIgIW9YPAZs1RWv-3-55" value="1">
+           <mxGeometry relative="1" as="geometry">
+             <mxPoint x="1075" y="501.58" as="sourcePoint" />
+             <mxPoint x="1220" y="501.58" as="targetPoint" />
+           </mxGeometry>
+         </mxCell>
+         <mxCell id="78cZGcAPN7u5tcTYaLKT-19" parent="1" style="ellipse;whiteSpace=wrap;html=1;fillColor=#d5e8d4;strokeColor=#82b366;fontSize=11;" value="created" vertex="1">
+           <mxGeometry height="36" width="80" x="680" y="570" as="geometry" />
+         </mxCell>
+         <mxCell id="78cZGcAPN7u5tcTYaLKT-20" edge="1" parent="1" source="78cZGcAPN7u5tcTYaLKT-5" style="endArrow=none;endFill=0;exitX=0.109;exitY=1.006;exitDx=0;exitDy=0;exitPerimeter=0;" target="78cZGcAPN7u5tcTYaLKT-6">
+           <mxGeometry relative="1" as="geometry">
+             <mxPoint x="770" y="540" as="sourcePoint" />
+             <mxPoint x="730" y="568" as="targetPoint" />
+           </mxGeometry>
+         </mxCell>
+         <mxCell id="78cZGcAPN7u5tcTYaLKT-22" parent="1" style="ellipse;whiteSpace=wrap;html=1;fillColor=#d5e8d4;strokeColor=#82b366;fontSize=11;" value="updated" vertex="1">
+           <mxGeometry height="36" width="80" x="770" y="560" as="geometry" />
+         </mxCell>
+         <mxCell id="78cZGcAPN7u5tcTYaLKT-23" edge="1" parent="1" source="78cZGcAPN7u5tcTYaLKT-5" style="endArrow=none;endFill=0;entryX=0.5;entryY=0;entryDx=0;entryDy=0;exitX=0.372;exitY=0.987;exitDx=0;exitDy=0;exitPerimeter=0;" target="78cZGcAPN7u5tcTYaLKT-19">
+           <mxGeometry relative="1" as="geometry">
+             <mxPoint x="754" y="540" as="sourcePoint" />
+             <mxPoint x="740" y="583" as="targetPoint" />
+           </mxGeometry>
+         </mxCell>
+         <mxCell id="78cZGcAPN7u5tcTYaLKT-24" edge="1" parent="1" source="78cZGcAPN7u5tcTYaLKT-5" style="endArrow=none;endFill=0;entryX=0.382;entryY=0.008;entryDx=0;entryDy=0;entryPerimeter=0;" target="78cZGcAPN7u5tcTYaLKT-22">
+           <mxGeometry relative="1" as="geometry">
+             <mxPoint x="764" y="540" as="sourcePoint" />
+             <mxPoint x="750" y="583" as="targetPoint" />
+           </mxGeometry>
        </mxCell>
      </root>
    </mxGraphModel>
  </diagram>
</mxfile>
